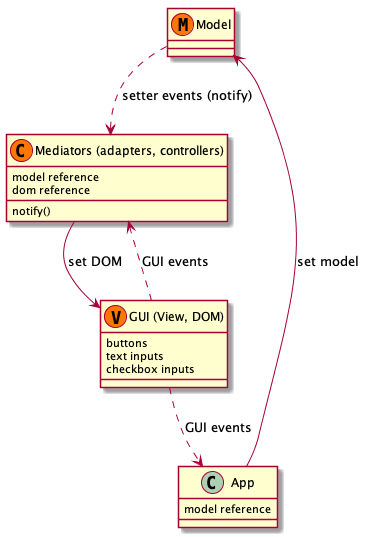
Earlier version of the PlantUML export js/jecs/images/MVA_MGM_Architecture.png (abulka/gui-showdown).
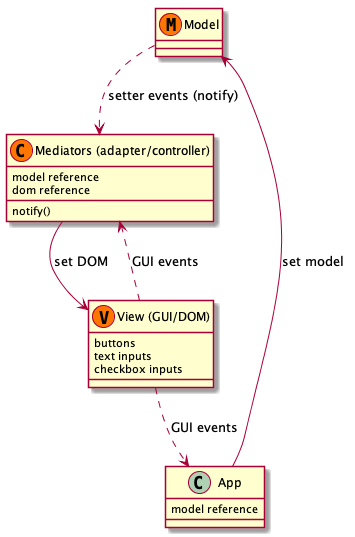
The same diagram one commit later.

What changed in the source:
```diff
@@ -3,13 +3,13 @@
 class "Model"  << (M,#FF7700) >> {
 }
 
-class "Mediators (adapters, controllers)" << (C,#FF7700) >> {
+class "Mediators (adapter/controller)" << (C,#FF7700) >> {
     model reference
     dom reference
     notify()
 }
 
-class "GUI (View, DOM)" << (V,#FF7700) >> {
+class "View (GUI/DOM)" << (V,#FF7700) >> {
     buttons
     text inputs
     checkbox inputs
@@ -19,9 +19,9 @@
     model reference
 }
 
-"Mediators (adapters, controllers)" --> "GUI (View, DOM)" : set DOM
-"GUI (View, DOM)" ..> "Mediators (adapters, controllers)" : GUI events
-"GUI (View, DOM)" ..> App : GUI events
-Model ..> "Mediators (adapters, controllers)" : setter events (notify)
+"Mediators (adapter/controller)" --> "View (GUI/DOM)" : set DOM
+"View (GUI/DOM)" ..> "Mediators (adapter/controller)" : GUI events
+"View (GUI/DOM)" ..> App : GUI events
+Model ..> "Mediators (adapter/controller)" : setter events (notify)
 App --> Model : set model
 @enduml
```
